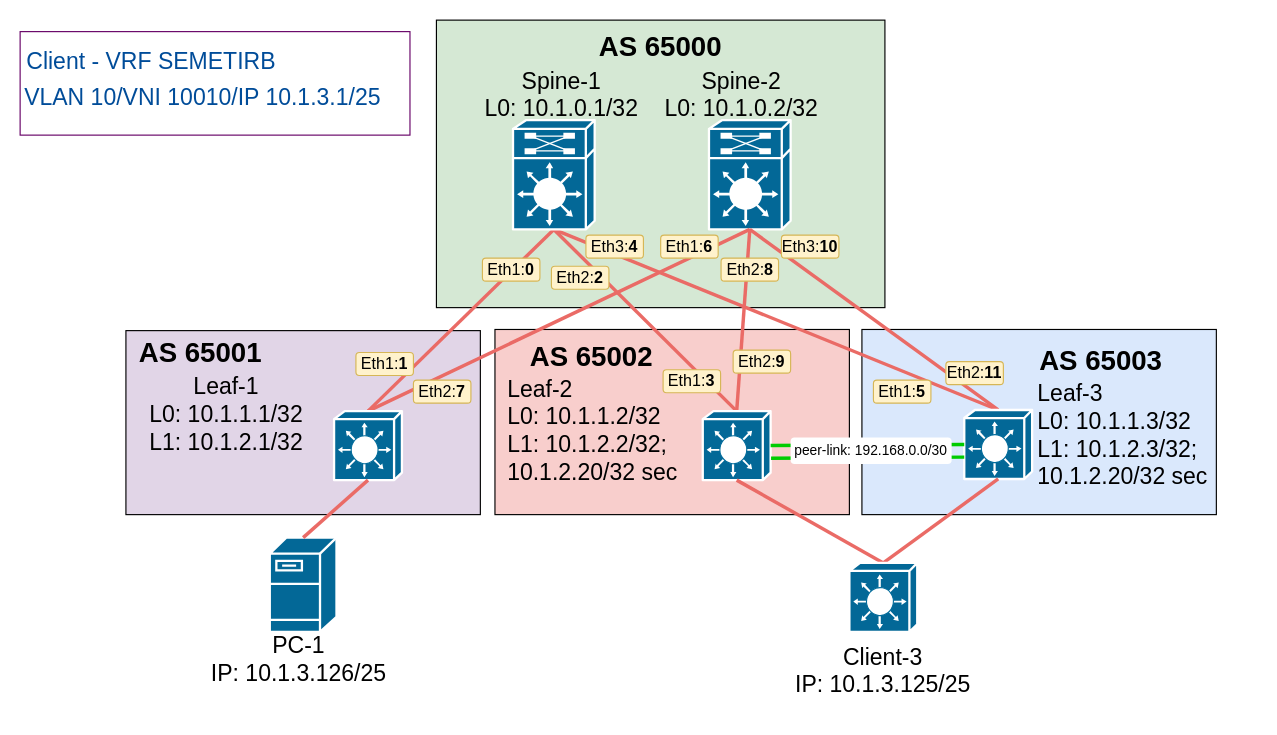
Before: lab_08/dz-8_topo_EVPN_rt-5.drawio in Tema-sudo/OTUS_DC_network_design, a draw.io diagram. Source tidied: cells renumbered, new cells numbered last; positions are measured from the earlier drawing's top-left corner, leaving out a move shared by most shapes. Both pictures are drawn from the tidied source at 115%, with x=0, y=0 at pixel (20, 20).
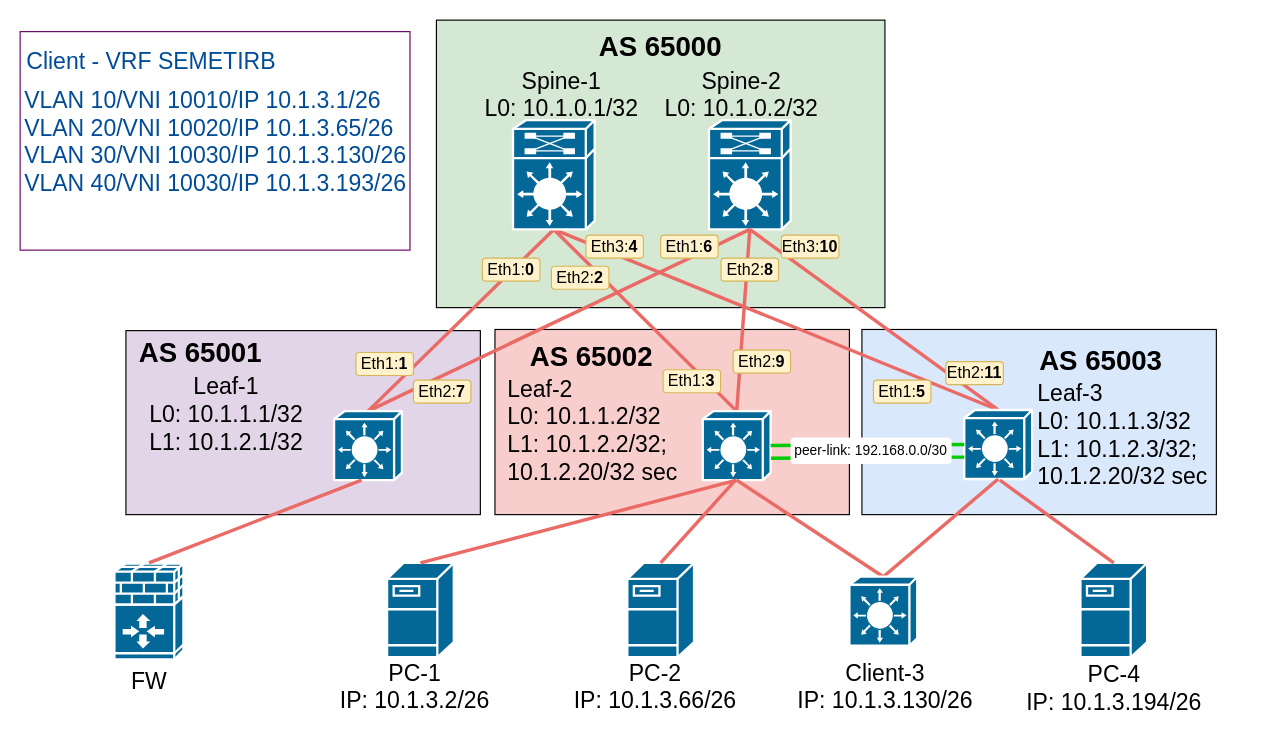
Above is the later version.

The change refers to these unchanged cells:
```xml
<mxCell id="35" style="shape=mxgraph.cisco.switches.layer_3_switch;sketch=0;html=1;dashed=0;fillColor=#036897;strokeColor=#ffffff;strokeWidth=2;verticalLabelPosition=bottom;verticalAlign=top;align=center;outlineConnect=0;hachureGap=4;jiggle=2;curveFitting=1;fontFamily=Architects Daughter;fontSize=20;" parent="1" vertex="1">
  <mxGeometry x="273" y="340" width="59" height="60" as="geometry" />
</mxCell>
<mxCell id="36" style="shape=mxgraph.cisco.switches.layer_3_switch;sketch=0;html=1;dashed=0;fillColor=#036897;strokeColor=#ffffff;strokeWidth=2;verticalLabelPosition=bottom;verticalAlign=top;align=center;outlineConnect=0;hachureGap=4;jiggle=2;curveFitting=1;fontFamily=Architects Daughter;fontSize=20;" parent="1" vertex="1">
  <mxGeometry x="593.6" y="340" width="59" height="60" as="geometry" />
</mxCell>
```

Change to the diagram source:
```diff
@@
     <mxCell id="38" style="shape=mxgraph.cisco.servers.fileserver;sketch=0;html=1;dashed=0;fillColor=#036897;strokeColor=#ffffff;strokeWidth=2;verticalLabelPosition=bottom;verticalAlign=top;align=center;outlineConnect=0;" parent="1" vertex="1">
-      <mxGeometry x="217.1" y="450" width="58" height="82" as="geometry" />
+      <mxGeometry x="319.1" y="472" width="58" height="82" as="geometry" />
     </mxCell>
-    <mxCell id="39" style="edgeStyle=none;rounded=0;hachureGap=4;jettySize=auto;html=1;exitX=0.5;exitY=0;exitDx=0;exitDy=0;exitPerimeter=0;fontFamily=Architects Daughter;fontSize=16;strokeColor=#EA6B66;endArrow=none;endFill=0;strokeWidth=3;entryX=0.5;entryY=1;entryDx=0;entryDy=0;entryPerimeter=0;" parent="1" edge="1" source="38" target="35">
+    <mxCell id="39" style="edgeStyle=none;rounded=0;hachureGap=4;jettySize=auto;html=1;exitX=0.5;exitY=0;exitDx=0;exitDy=0;exitPerimeter=0;fontFamily=Architects Daughter;fontSize=16;strokeColor=#EA6B66;endArrow=none;endFill=0;strokeWidth=3;entryX=0.5;entryY=1;entryDx=0;entryDy=0;entryPerimeter=0;" parent="1" edge="1" source="38" target="36">
       <mxGeometry relative="1" as="geometry" />
     </mxCell>
@@
-    <mxCell id="41" value="PC-1&lt;br&gt;IP: 10.1.3.126/25" style="text;html=1;strokeColor=none;fillColor=none;align=center;verticalAlign=middle;whiteSpace=wrap;rounded=0;fontSize=20;fontFamily=Helvetica;horizontal=1;" parent="1" vertex="1">
-      <mxGeometry x="162" y="547.5" width="161" height="14" as="geometry" />
+    <mxCell id="41" value="PC-1&lt;br&gt;IP: 10.1.3.2/26" style="text;html=1;strokeColor=none;fillColor=none;align=center;verticalAlign=middle;whiteSpace=wrap;rounded=0;fontSize=20;fontFamily=Helvetica;horizontal=1;" parent="1" vertex="1">
+      <mxGeometry x="262.6" y="572" width="161" height="14" as="geometry" />
     </mxCell>
     <mxCell id="42" style="rounded=0;whiteSpace=wrap;html=1;strokeColor=#660066;strokeWidth=1;" parent="1" vertex="1">
-      <mxGeometry y="10" width="339" height="90" as="geometry" />
+      <mxGeometry y="10" width="339" height="190" as="geometry" />
     </mxCell>
@@
-    <mxCell id="44" value="&lt;div&gt;&lt;font color=&quot;#004c99&quot;&gt;VLAN 10/VNI 10010/IP 10.1.3.1/25&lt;/font&gt;&lt;/div&gt;" style="text;html=1;strokeColor=none;fillColor=none;align=left;verticalAlign=middle;whiteSpace=wrap;rounded=0;fontSize=20;fontFamily=Helvetica;horizontal=1;strokeWidth=0;" parent="1" vertex="1">
-      <mxGeometry x="2" y="46" width="340" height="40" as="geometry" />
+    <mxCell id="44" value="&lt;div&gt;&lt;font color=&quot;#004c99&quot;&gt;VLAN 10/VNI 10010/IP 10.1.3.1/26&lt;/font&gt;&lt;/div&gt;&lt;div&gt;&lt;font color=&quot;#004c99&quot;&gt;VLAN 20/VNI 10020/IP 10.1.3.65/26&lt;/font&gt;&lt;/div&gt;&lt;div&gt;&lt;font color=&quot;#004c99&quot;&gt;VLAN 30/VNI 10030/IP 10.1.3.130/26&lt;/font&gt;&lt;/div&gt;&lt;div&gt;&lt;font color=&quot;#004c99&quot;&gt;VLAN 40/VNI 10030/IP 10.1.3.193/26&lt;/font&gt;&lt;/div&gt;" style="text;html=1;strokeColor=none;fillColor=none;align=left;verticalAlign=middle;whiteSpace=wrap;rounded=0;fontSize=20;fontFamily=Helvetica;horizontal=1;strokeWidth=0;" parent="1" vertex="1">
+      <mxGeometry x="2" y="50" width="391" height="110" as="geometry" />
     </mxCell>
@@
-    <mxCell id="49" value="Client-3&lt;br&gt;IP: 10.1.3.125/25" style="text;html=1;strokeColor=none;fillColor=none;align=center;verticalAlign=middle;whiteSpace=wrap;rounded=0;fontSize=20;fontFamily=Helvetica;horizontal=1;" parent="1" vertex="1">
-      <mxGeometry x="670" y="548.5" width="161" height="32.5" as="geometry" />
-    </mxCell>
     <mxCell id="50" style="shape=mxgraph.cisco.switches.layer_3_switch;sketch=0;html=1;dashed=0;fillColor=#036897;strokeColor=#ffffff;strokeWidth=2;verticalLabelPosition=bottom;verticalAlign=top;align=center;outlineConnect=0;hachureGap=4;jiggle=2;curveFitting=1;fontFamily=Architects Daughter;fontSize=20;" parent="1" vertex="1">
-      <mxGeometry x="721.1" y="472" width="59" height="60" as="geometry" />
+      <mxGeometry x="721.1" y="484" width="59" height="60" as="geometry" />
     </mxCell>
+    <mxCell id="51" style="shape=mxgraph.cisco.servers.fileserver;sketch=0;html=1;dashed=0;fillColor=#036897;strokeColor=#ffffff;strokeWidth=2;verticalLabelPosition=bottom;verticalAlign=top;align=center;outlineConnect=0;" parent="1" vertex="1">
+      <mxGeometry x="922" y="472" width="58" height="82" as="geometry" />
+    </mxCell>
+    <mxCell id="52" value="PC-4&lt;br&gt;IP: 10.1.3.194/26" style="text;html=1;strokeColor=none;fillColor=none;align=center;verticalAlign=middle;whiteSpace=wrap;rounded=0;fontSize=20;fontFamily=Helvetica;horizontal=1;" parent="1" vertex="1">
+      <mxGeometry x="870.5" y="573" width="161" height="14" as="geometry" />
+    </mxCell>
+    <mxCell id="53" style="shape=mxgraph.cisco.servers.fileserver;sketch=0;html=1;dashed=0;fillColor=#036897;strokeColor=#ffffff;strokeWidth=2;verticalLabelPosition=bottom;verticalAlign=top;align=center;outlineConnect=0;" parent="1" vertex="1">
+      <mxGeometry x="528" y="472" width="58" height="82" as="geometry" />
+    </mxCell>
+    <mxCell id="54" style="edgeStyle=none;rounded=0;hachureGap=4;jettySize=auto;html=1;exitX=0.5;exitY=0;exitDx=0;exitDy=0;exitPerimeter=0;fontFamily=Architects Daughter;fontSize=16;strokeColor=#EA6B66;endArrow=none;endFill=0;strokeWidth=3;" parent="1" edge="1" source="53">
+      <mxGeometry relative="1" as="geometry">
+        <mxPoint x="622" y="400" as="targetPoint" />
+      </mxGeometry>
+    </mxCell>
+    <mxCell id="55" style="edgeStyle=none;rounded=0;hachureGap=4;jettySize=auto;html=1;exitX=0.5;exitY=0;exitDx=0;exitDy=0;exitPerimeter=0;fontFamily=Architects Daughter;fontSize=16;strokeColor=#EA6B66;endArrow=none;endFill=0;strokeWidth=3;" parent="1" edge="1" source="51">
+      <mxGeometry relative="1" as="geometry">
+        <mxPoint x="852" y="400" as="targetPoint" />
+      </mxGeometry>
+    </mxCell>
+    <mxCell id="56" value="PC-2&lt;br&gt;IP: 10.1.3.66/26" style="text;html=1;strokeColor=none;fillColor=none;align=center;verticalAlign=middle;whiteSpace=wrap;rounded=0;fontSize=20;fontFamily=Helvetica;horizontal=1;" parent="1" vertex="1">
+      <mxGeometry x="471.6" y="572" width="161" height="14" as="geometry" />
+    </mxCell>
+    <mxCell id="57" style="shape=mxgraph.cisco.security.ios_firewall;sketch=0;html=1;dashed=0;fillColor=#036897;strokeColor=#ffffff;strokeWidth=2;verticalLabelPosition=bottom;verticalAlign=top;align=center;outlineConnect=0;" parent="1" vertex="1">
+      <mxGeometry x="82" y="472" width="60" height="84" as="geometry" />
+    </mxCell>
+    <mxCell id="58" style="edgeStyle=none;rounded=0;hachureGap=4;jettySize=auto;html=1;exitX=0.5;exitY=0;exitDx=0;exitDy=0;exitPerimeter=0;fontFamily=Architects Daughter;fontSize=16;strokeColor=#EA6B66;endArrow=none;endFill=0;strokeWidth=3;entryX=0.5;entryY=1;entryDx=0;entryDy=0;entryPerimeter=0;" parent="1" edge="1" source="57">
+      <mxGeometry relative="1" as="geometry">
+        <mxPoint x="296.9" y="400" as="targetPoint" />
+      </mxGeometry>
+    </mxCell>
+    <mxCell id="59" value="FW" style="text;html=1;strokeColor=none;fillColor=none;align=center;verticalAlign=middle;whiteSpace=wrap;rounded=0;fontSize=20;fontFamily=Helvetica;horizontal=1;" parent="1" vertex="1">
+      <mxGeometry x="86.5" y="567" width="51" height="14" as="geometry" />
+    </mxCell>
+    <mxCell id="60" value="Client-3&lt;br&gt;IP: 10.1.3.130/26" style="text;html=1;strokeColor=none;fillColor=none;align=center;verticalAlign=middle;whiteSpace=wrap;rounded=0;fontSize=20;fontFamily=Helvetica;horizontal=1;" parent="1" vertex="1">
+      <mxGeometry x="671.5" y="562.8" width="161" height="32.5" as="geometry" />
+    </mxCell>
```
